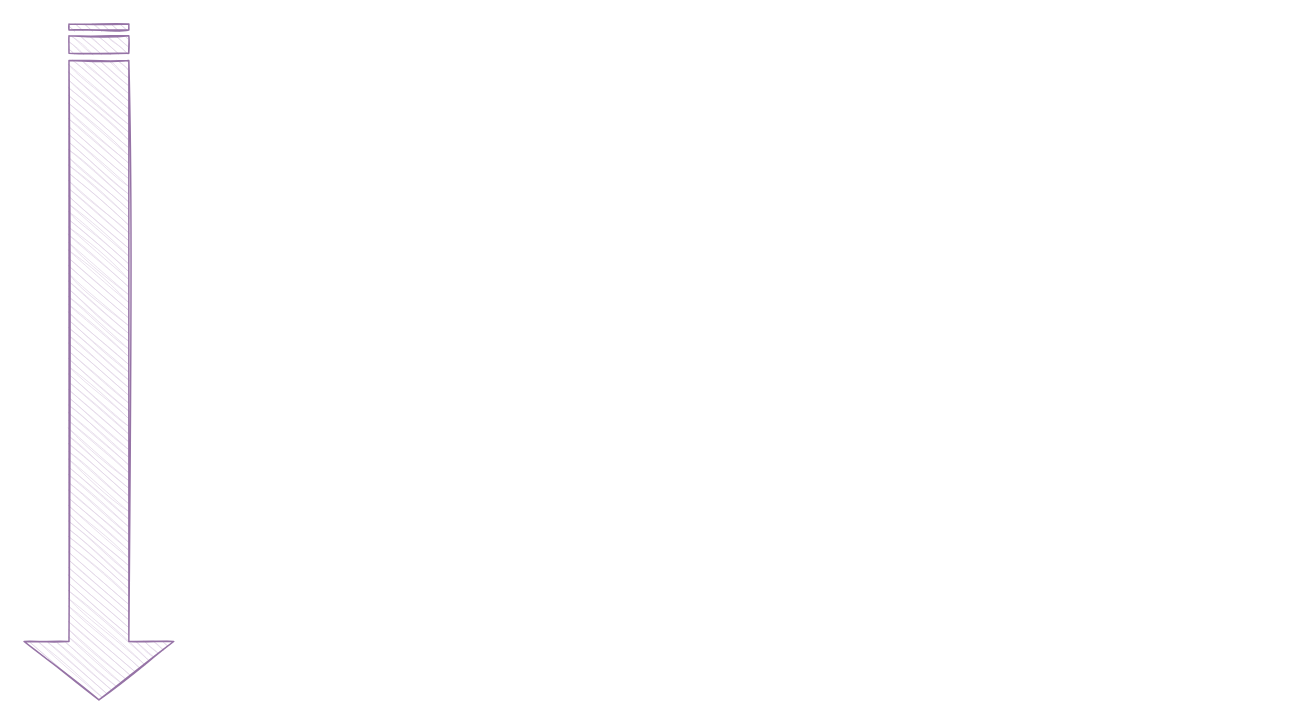
Earlier version of the draw.io diagram assets/TimeTravelling.drawio (oskardudycz/EventSourcing.NetCore). Source tidied: cells renumbered, new cells numbered last; positions are measured from the earlier drawing's top-left corner, leaving out a move shared by most shapes. Both pictures are drawn from the tidied source at 146%, with x=0, y=0 at pixel (-239, 286).
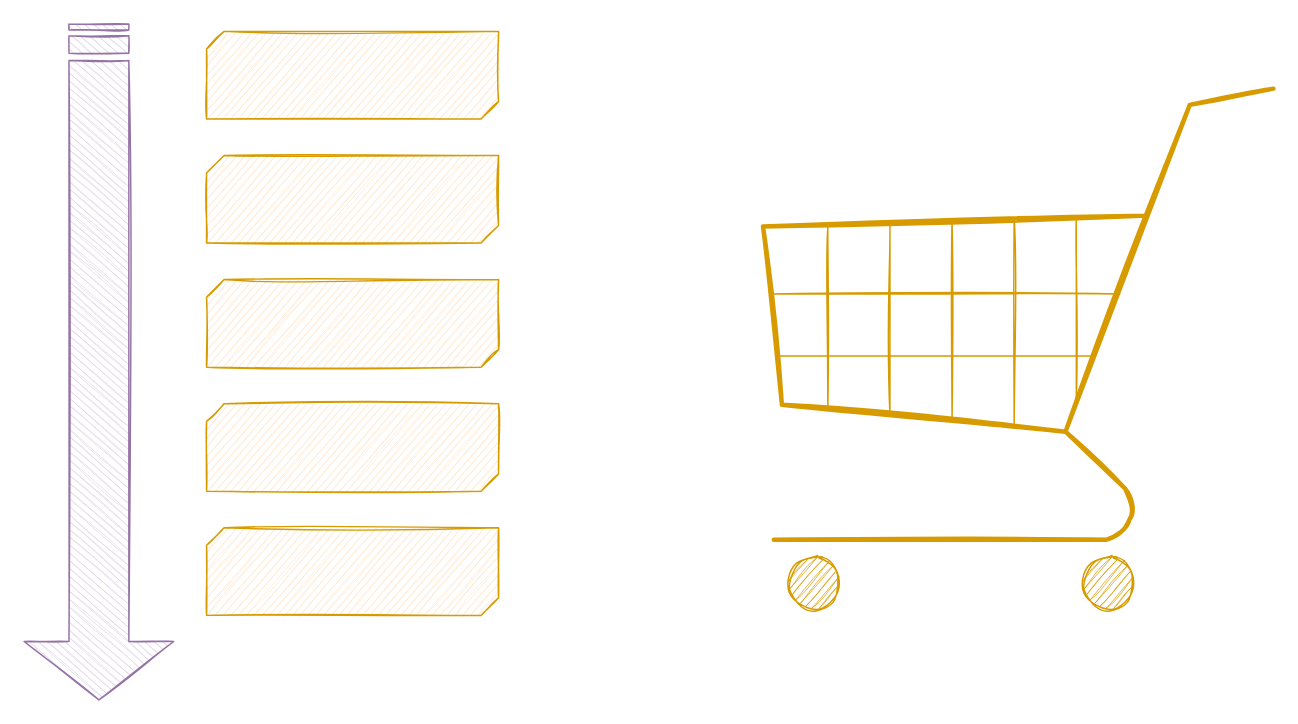
The same page after the edit.

Diff of the diagram source:
```diff
@@
 <mxGraphModel>
   <root>
     <mxCell id="0" />
     <mxCell id="1" parent="0" />
     <mxCell id="2" style="html=1;shadow=0;dashed=0;align=center;verticalAlign=middle;shape=mxgraph.arrows2.stripedArrow;dy=0.6;dx=40;notch=25;rotation=90;fillColor=#e1d5e7;strokeColor=#9673a6;sketch=1;" parent="1" vertex="1">
       <mxGeometry x="-0.2" y="0.2" width="462.9" height="102.5" as="geometry" />
     </mxCell>
+    <mxCell id="3" style="verticalLabelPosition=bottom;verticalAlign=top;html=1;shape=mxgraph.basic.diag_snip_rect;dx=6;shadow=0;sketch=1;fillColor=#ffe6cc;strokeColor=#d79b00;" parent="1" vertex="1">
+      <mxGeometry x="305" y="-175" width="200" height="60" as="geometry" />
+    </mxCell>
+    <mxCell id="4" style="verticalLabelPosition=bottom;verticalAlign=top;html=1;shape=mxgraph.basic.diag_snip_rect;dx=6;shadow=0;sketch=1;fillColor=#ffe6cc;strokeColor=#d79b00;" parent="1" vertex="1">
+      <mxGeometry x="305" y="165" width="200" height="60" as="geometry" />
+    </mxCell>
+    <mxCell id="5" style="verticalLabelPosition=bottom;verticalAlign=top;html=1;shape=mxgraph.basic.diag_snip_rect;dx=6;shadow=0;sketch=1;fillColor=#ffe6cc;strokeColor=#d79b00;" parent="1" vertex="1">
+      <mxGeometry x="305" y="-90" width="200" height="60" as="geometry" />
+    </mxCell>
+    <mxCell id="6" style="verticalLabelPosition=bottom;verticalAlign=top;html=1;shape=mxgraph.basic.diag_snip_rect;dx=6;shadow=0;sketch=1;fillColor=#ffe6cc;strokeColor=#d79b00;" parent="1" vertex="1">
+      <mxGeometry x="305" y="-5" width="200" height="60" as="geometry" />
+    </mxCell>
+    <mxCell id="7" style="verticalLabelPosition=bottom;verticalAlign=top;html=1;shape=mxgraph.basic.diag_snip_rect;dx=6;shadow=0;sketch=1;fillColor=#ffe6cc;strokeColor=#d79b00;" parent="1" vertex="1">
+      <mxGeometry x="305" y="80" width="200" height="60" as="geometry" />
+    </mxCell>
+    <mxCell id="8" style="verticalLabelPosition=bottom;shadow=0;dashed=0;align=center;html=1;verticalAlign=top;strokeWidth=2;shape=mxgraph.mockup.misc.shoppingCart;strokeColor=#d79b00;sketch=1;fillColor=#ffe6cc;perimeterSpacing=0;" parent="1" vertex="1">
+      <mxGeometry x="675" y="-145" width="370" height="370" as="geometry" />
+    </mxCell>
   </root>
 </mxGraphModel>
```
